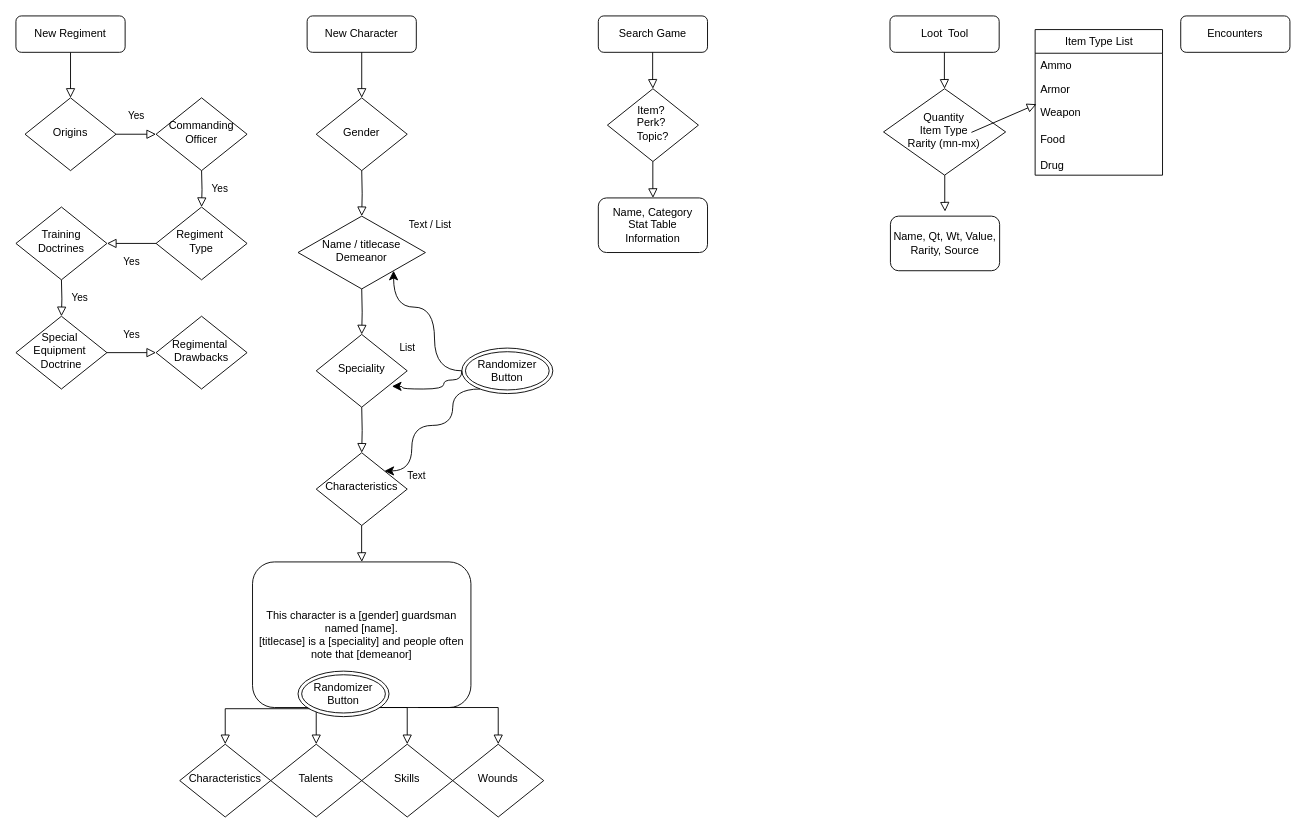
This is wh40k.drawio from stsan0/stsan0.github.io, a draw.io file, before an edit. Source tidied: cells renumbered, new cells numbered last; positions are measured from the earlier drawing's top-left corner, leaving out a move shared by most shapes. Both pictures are drawn from the tidied source at 91%, with x=0, y=0 at pixel (15, 15).
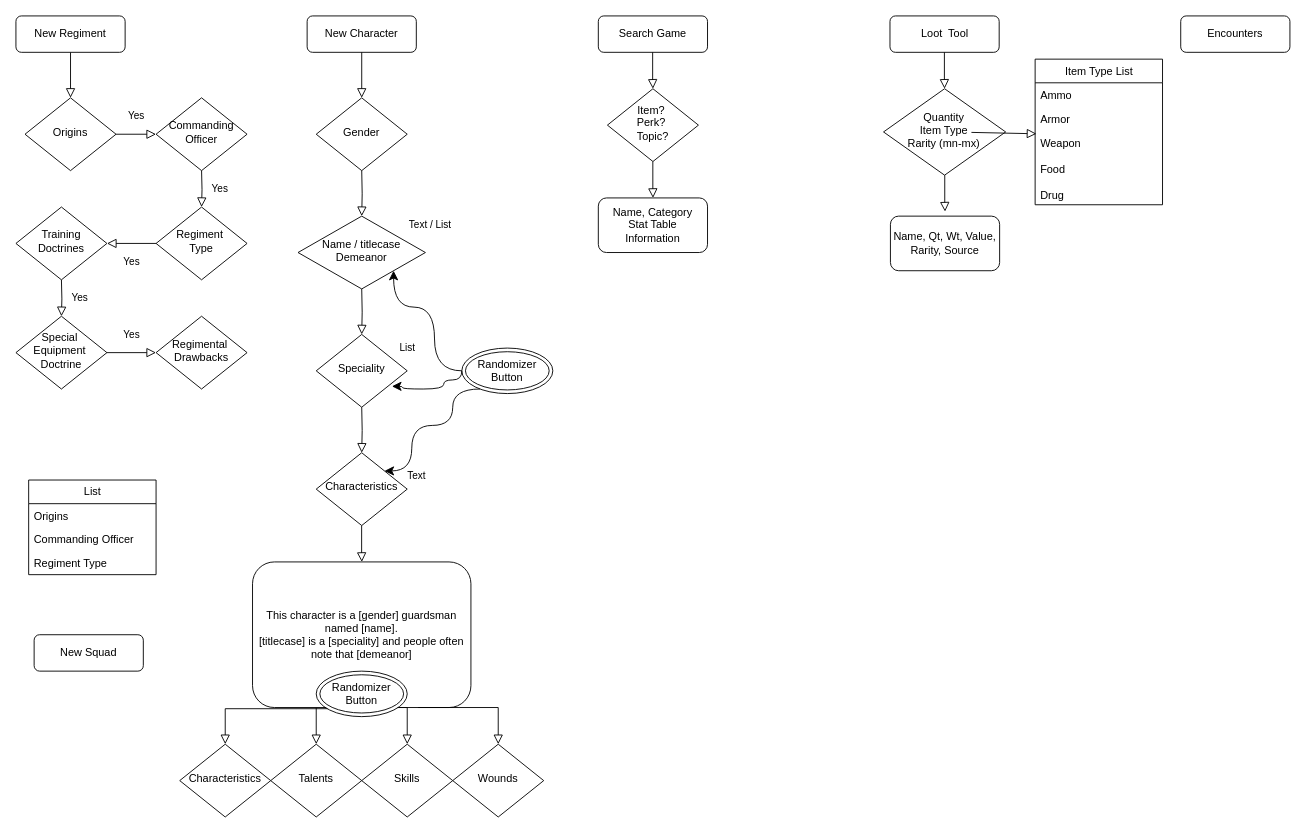
The same page after the edit.

The edit, as a diff of the source:
```diff
@@
     <mxCell id="17" value="Item Type List" style="swimlane;fontStyle=0;horizontal=1;startSize=26;fillColor=none;html=1;" parent="1" vertex="1">
-      <mxGeometry x="1120" y="15" width="140" height="160" as="geometry" />
+      <mxGeometry x="1120" y="47.5" width="140" height="160" as="geometry" />
     </mxCell>
@@
     <mxCell id="57" value="&lt;span style=&quot;font-size: 12px;&quot;&gt;Randomizer Button&lt;/span&gt;" style="ellipse;shape=doubleEllipse;whiteSpace=wrap;html=1;fontFamily=Helvetica;fontSize=11;fontColor=default;labelBackgroundColor=none;" parent="1" vertex="1">
-      <mxGeometry x="310" y="720" width="100" height="50" as="geometry" />
+      <mxGeometry x="330" y="720" width="100" height="50" as="geometry" />
     </mxCell>
+    <mxCell id="58" value="New Squad" style="rounded=1;whiteSpace=wrap;html=1;fontSize=12;glass=0;strokeWidth=1;shadow=0;" parent="1" vertex="1">
+      <mxGeometry x="20" y="680" width="120" height="40" as="geometry" />
+    </mxCell>
+    <mxCell id="59" value="List" style="swimlane;fontStyle=0;horizontal=1;startSize=26;fillColor=none;html=1;" parent="1" vertex="1">
+      <mxGeometry x="14" y="510" width="140" height="104" as="geometry" />
+    </mxCell>
+    <mxCell id="60" value="Origin&lt;span style=&quot;background-color: initial;&quot;&gt;s&lt;/span&gt;" style="text;strokeColor=none;fillColor=none;align=left;verticalAlign=top;spacingLeft=4;spacingRight=4;overflow=hidden;whiteSpace=wrap;html=1;" parent="59" vertex="1">
+      <mxGeometry y="26" width="140" height="26" as="geometry" />
+    </mxCell>
+    <mxCell id="61" value="Commanding Officer" style="text;strokeColor=none;fillColor=none;align=left;verticalAlign=top;spacingLeft=4;spacingRight=4;overflow=hidden;whiteSpace=wrap;html=1;" parent="59" vertex="1">
+      <mxGeometry y="52" width="140" height="26" as="geometry" />
+    </mxCell>
+    <mxCell id="62" value="Regiment Type" style="text;strokeColor=none;fillColor=none;align=left;verticalAlign=top;spacingLeft=4;spacingRight=4;overflow=hidden;whiteSpace=wrap;html=1;" parent="59" vertex="1">
+      <mxGeometry y="78" width="140" height="26" as="geometry" />
+    </mxCell>
```
